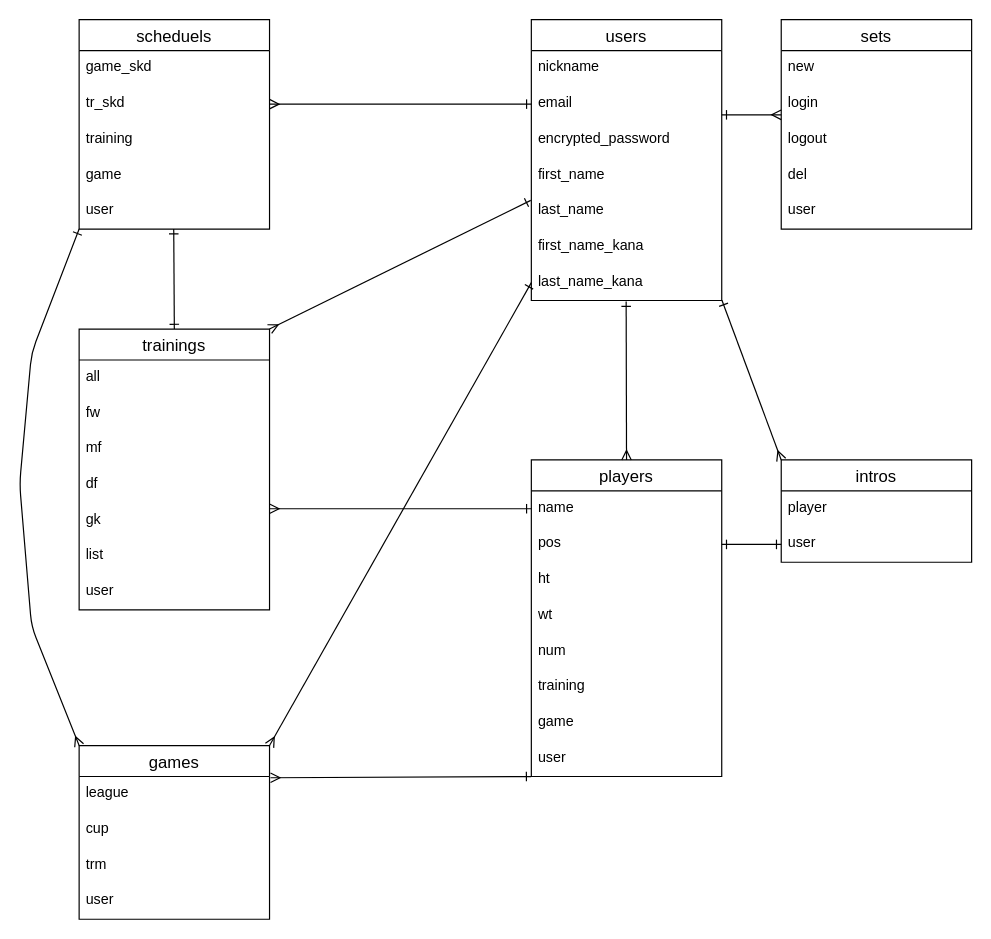
This is test.dio from 120-seto/teammg, a draw.io file, before an edit. Source tidied: cells renumbered, new cells numbered last; positions are measured from the earlier drawing's top-left corner, leaving out a move shared by most shapes. Both pictures are drawn from the tidied source at 119%, with x=0, y=0 at pixel (19, 19).
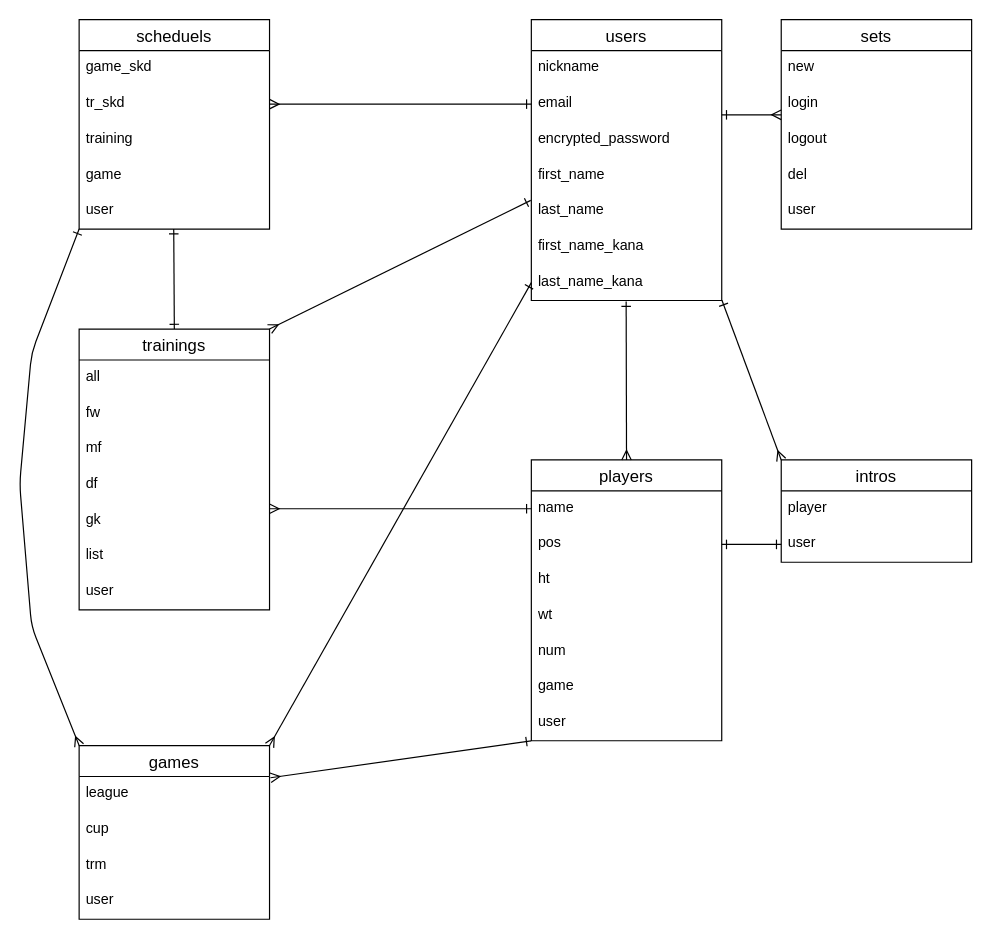
The same diagram, later.

Change to the diagram source:
```diff
@@
     <mxCell id="24" value="players" style="swimlane;fontStyle=0;horizontal=1;startSize=26;align=center;fontSize=14;" parent="1" vertex="1">
-      <mxGeometry x="430" y="370" width="160" height="266" as="geometry" />
+      <mxGeometry x="430" y="370" width="160" height="236" as="geometry" />
     </mxCell>
@@
-    <mxCell id="30" value="training" style="text;strokeColor=none;fillColor=none;spacingLeft=4;spacingRight=4;overflow=hidden;fontSize=12;" parent="24" vertex="1">
-      <mxGeometry y="176" width="160" height="30" as="geometry" />
-    </mxCell>
     <mxCell id="31" value="game" style="text;strokeColor=none;fillColor=none;spacingLeft=4;spacingRight=4;overflow=hidden;fontSize=12;" parent="24" vertex="1">
-      <mxGeometry y="206" width="160" height="30" as="geometry" />
+      <mxGeometry y="176" width="160" height="30" as="geometry" />
     </mxCell>
     <mxCell id="32" value="user" style="text;strokeColor=none;fillColor=none;spacingLeft=4;spacingRight=4;overflow=hidden;points=[[0,0.5],[1,0.5]];portConstraint=eastwest;fontSize=12;" parent="24" vertex="1">
-      <mxGeometry y="236" width="160" height="30" as="geometry" />
+      <mxGeometry y="206" width="160" height="30" as="geometry" />
     </mxCell>
```
